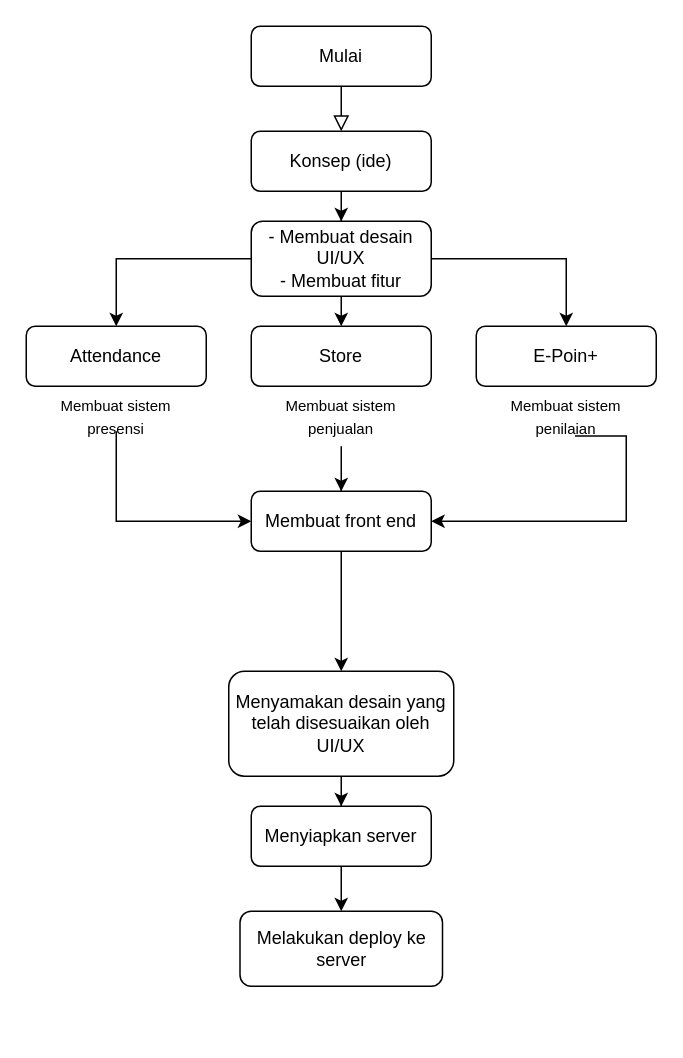
Earlier version of the draw.io diagram Diagram Tahap Developmet ke Production.drawio (Bilnapis/chartschooly). Source tidied: cells renumbered, new cells numbered last; positions are measured from the earlier drawing's top-left corner, leaving out a move shared by most shapes. Both pictures are drawn from the tidied source at 150%, with x=0, y=0 at pixel (26, 26).
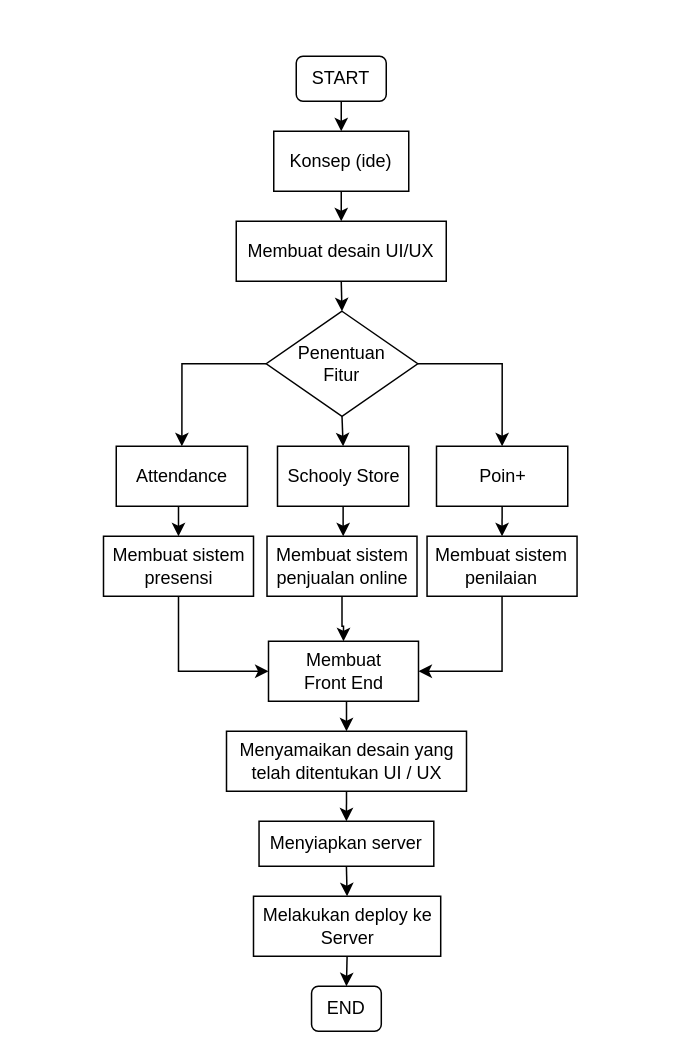
The same diagram, later.

Commit message:
Mengganti bangun ruang

Change to the diagram source:
```diff
@@
-    <mxCell id="2" style="rounded=0;html=1;jettySize=auto;fontSize=11;endArrow=block;endFill=0;endSize=8;strokeWidth=1;shadow=0;labelBackgroundColor=none;edgeStyle=orthogonalEdgeStyle;" parent="1" edge="1" source="3">
-      <mxGeometry relative="1" as="geometry">
-        <mxPoint x="210" y="70" as="targetPoint" />
-        <Array as="points">
-          <mxPoint x="210" y="70" />
-          <mxPoint x="210" y="70" />
-        </Array>
-      </mxGeometry>
-    </mxCell>
+    <mxCell id="26" style="edgeStyle=orthogonalEdgeStyle;rounded=0;jettySize=auto;html=1;exitX=0.5;exitY=1;exitDx=0;exitDy=0;entryX=0.5;entryY=0;entryDx=0;entryDy=0;" parent="1" edge="1" source="3" target="5">
+      <mxGeometry relative="1" as="geometry" />
+    </mxCell>
-    <mxCell id="3" value="Mulai" style="rounded=1;whiteSpace=wrap;html=1;fontSize=12;glass=0;strokeWidth=1;shadow=0;" parent="1" vertex="1">
-      <mxGeometry x="150" width="120" height="40" as="geometry" />
+    <mxCell id="3" value="START" style="rounded=1;whiteSpace=wrap;html=1;fontSize=12;glass=0;strokeWidth=1;shadow=0;" parent="1" vertex="1">
+      <mxGeometry x="180" y="20" width="60" height="30" as="geometry" />
     </mxCell>
-    <mxCell id="4" style="edgeStyle=orthogonalEdgeStyle;rounded=0;jettySize=auto;html=1;entryX=0.5;entryY=0;entryDx=0;entryDy=0;" parent="1" edge="1" source="5" target="9">
-      <mxGeometry relative="1" as="geometry" />
+    <mxCell id="4" style="edgeStyle=orthogonalEdgeStyle;rounded=0;jettySize=auto;html=1;entryX=0.5;entryY=0;entryDx=0;entryDy=0;" parent="1" edge="1" target="28">
+      <mxGeometry relative="1" as="geometry">
+        <mxPoint x="210" y="110" as="sourcePoint" />
+      </mxGeometry>
     </mxCell>
-    <mxCell id="5" value="Konsep (ide)" style="rounded=1;whiteSpace=wrap;html=1;fontSize=12;glass=0;strokeWidth=1;shadow=0;" parent="1" vertex="1">
-      <mxGeometry x="150" y="70" width="120" height="40" as="geometry" />
+    <mxCell id="5" value="Konsep (ide)" style="rounded=0;whiteSpace=wrap;html=1;" parent="1" vertex="1">
+      <mxGeometry x="165" y="70" width="90" height="40" as="geometry" />
     </mxCell>
-    <mxCell id="6" style="edgeStyle=orthogonalEdgeStyle;rounded=0;jettySize=auto;html=1;exitX=0.5;exitY=1;exitDx=0;exitDy=0;entryX=0.5;entryY=0;entryDx=0;entryDy=0;" parent="1" edge="1" source="9" target="10">
-      <mxGeometry relative="1" as="geometry" />
-    </mxCell>
-    <mxCell id="7" style="edgeStyle=orthogonalEdgeStyle;rounded=0;jettySize=auto;html=1;exitX=0;exitY=0.5;exitDx=0;exitDy=0;entryX=0.5;entryY=0;entryDx=0;entryDy=0;" parent="1" edge="1" source="9" target="11">
-      <mxGeometry relative="1" as="geometry" />
-    </mxCell>
-    <mxCell id="8" style="edgeStyle=orthogonalEdgeStyle;rounded=0;jettySize=auto;html=1;exitX=1;exitY=0.5;exitDx=0;exitDy=0;entryX=0.5;entryY=0;entryDx=0;entryDy=0;" parent="1" edge="1" source="9" target="12">
-      <mxGeometry relative="1" as="geometry" />
-    </mxCell>
-    <mxCell id="9" value="- Membuat desain UI/UX&lt;br&gt;- Membuat fitur" style="rounded=1;whiteSpace=wrap;html=1;fontSize=12;glass=0;strokeWidth=1;shadow=0;align=center;" parent="1" vertex="1">
-      <mxGeometry x="150" y="130" width="120" height="50" as="geometry" />
-    </mxCell>
-    <mxCell id="10" value="Store" style="rounded=1;whiteSpace=wrap;html=1;fontSize=12;glass=0;strokeWidth=1;shadow=0;" parent="1" vertex="1">
-      <mxGeometry x="150" y="200" width="120" height="40" as="geometry" />
-    </mxCell>
+    <mxCell id="27" style="edgeStyle=orthogonalEdgeStyle;rounded=0;jettySize=auto;html=1;exitX=0.5;exitY=1;exitDx=0;exitDy=0;entryX=0.5;entryY=0;entryDx=0;entryDy=0;" parent="1" edge="1" source="28" target="41">
+      <mxGeometry relative="1" as="geometry" />
+    </mxCell>
+    <mxCell id="28" value="Membuat desain UI/UX" style="rounded=0;whiteSpace=wrap;html=1;" parent="1" vertex="1">
+      <mxGeometry x="140" y="130" width="140" height="40" as="geometry" />
+    </mxCell>
+    <mxCell id="29" style="edgeStyle=orthogonalEdgeStyle;rounded=0;jettySize=auto;html=1;exitX=0.5;exitY=1;exitDx=0;exitDy=0;entryX=0.5;entryY=0;entryDx=0;entryDy=0;" parent="1" edge="1" source="11" target="14">
+      <mxGeometry relative="1" as="geometry" />
+    </mxCell>
-    <mxCell id="11" value="Attendance" style="rounded=1;whiteSpace=wrap;html=1;fontSize=12;glass=0;strokeWidth=1;shadow=0;" parent="1" vertex="1">
-      <mxGeometry y="200" width="120" height="40" as="geometry" />
+    <mxCell id="11" value="Attendance" style="rounded=0;whiteSpace=wrap;html=1;" parent="1" vertex="1">
+      <mxGeometry x="60" y="280" width="87.5" height="40" as="geometry" />
     </mxCell>
-    <mxCell id="12" value="E-Poin+" style="rounded=1;whiteSpace=wrap;html=1;fontSize=12;glass=0;strokeWidth=1;shadow=0;" parent="1" vertex="1">
-      <mxGeometry x="300" y="200" width="120" height="40" as="geometry" />
-    </mxCell>
-    <mxCell id="13" style="edgeStyle=orthogonalEdgeStyle;rounded=0;jettySize=auto;html=1;entryX=0;entryY=0.5;entryDx=0;entryDy=0;exitX=0.5;exitY=1;exitDx=0;exitDy=0;" parent="1" edge="1" source="14" target="20">
-      <mxGeometry relative="1" as="geometry">
-        <Array as="points">
-          <mxPoint x="60" y="330" />
-        </Array>
-      </mxGeometry>
-    </mxCell>
+    <mxCell id="30" style="edgeStyle=orthogonalEdgeStyle;rounded=0;jettySize=auto;html=1;exitX=0.5;exitY=1;exitDx=0;exitDy=0;" parent="1" edge="1" source="31" target="37">
+      <mxGeometry relative="1" as="geometry" />
+    </mxCell>
+    <mxCell id="31" value="Schooly Store" style="rounded=0;whiteSpace=wrap;html=1;" parent="1" vertex="1">
+      <mxGeometry x="167.5" y="280" width="87.5" height="40" as="geometry" />
+    </mxCell>
+    <mxCell id="32" style="edgeStyle=orthogonalEdgeStyle;rounded=0;jettySize=auto;html=1;exitX=0.5;exitY=1;exitDx=0;exitDy=0;entryX=0.5;entryY=0;entryDx=0;entryDy=0;" parent="1" edge="1" source="33" target="18">
+      <mxGeometry relative="1" as="geometry" />
+    </mxCell>
+    <mxCell id="33" value="Poin+" style="rounded=0;whiteSpace=wrap;html=1;" parent="1" vertex="1">
+      <mxGeometry x="273.5" y="280" width="87.5" height="40" as="geometry" />
+    </mxCell>
+    <mxCell id="34" style="edgeStyle=orthogonalEdgeStyle;rounded=0;jettySize=auto;html=1;exitX=0.5;exitY=1;exitDx=0;exitDy=0;entryX=0;entryY=0.5;entryDx=0;entryDy=0;" parent="1" edge="1" source="14" target="43">
+      <mxGeometry relative="1" as="geometry" />
+    </mxCell>
-    <mxCell id="14" value="&lt;font style=&quot;font-size: 10px&quot;&gt;Membuat sistem presensi&lt;/font&gt;" style="text;html=1;strokeColor=none;fillColor=none;align=center;verticalAlign=middle;whiteSpace=wrap;rounded=0;" parent="1" vertex="1">
-      <mxGeometry x="5" y="250" width="110" height="20" as="geometry" />
+    <mxCell id="14" value="Membuat sistem presensi" style="rounded=0;whiteSpace=wrap;html=1;" parent="1" vertex="1">
+      <mxGeometry x="51.5" y="340" width="100" height="40" as="geometry" />
     </mxCell>
-    <mxCell id="15" style="edgeStyle=orthogonalEdgeStyle;rounded=0;jettySize=auto;html=1;entryX=0.5;entryY=0;entryDx=0;entryDy=0;" parent="1" edge="1" target="20">
-      <mxGeometry relative="1" as="geometry">
-        <mxPoint x="210" y="320" as="sourcePoint" />
-        <Array as="points">
-          <mxPoint x="210" y="280" />
-          <mxPoint x="210" y="280" />
-        </Array>
-      </mxGeometry>
-    </mxCell>
-    <mxCell id="16" value="&lt;font style=&quot;font-size: 10px&quot;&gt;Membuat sistem penjualan&lt;/font&gt;" style="text;html=1;strokeColor=none;fillColor=none;align=center;verticalAlign=middle;whiteSpace=wrap;rounded=0;" parent="1" vertex="1">
-      <mxGeometry x="155" y="250" width="110" height="20" as="geometry" />
-    </mxCell>
-    <mxCell id="17" style="edgeStyle=orthogonalEdgeStyle;rounded=0;jettySize=auto;html=1;entryX=1;entryY=0.5;entryDx=0;entryDy=0;exitX=0.553;exitY=1.159;exitDx=0;exitDy=0;exitPerimeter=0;" parent="1" edge="1" source="18" target="20">
-      <mxGeometry relative="1" as="geometry">
-        <Array as="points">
-          <mxPoint x="400" y="273" />
-          <mxPoint x="400" y="330" />
-        </Array>
-      </mxGeometry>
-    </mxCell>
+    <mxCell id="35" style="edgeStyle=orthogonalEdgeStyle;rounded=0;jettySize=auto;html=1;exitX=0.5;exitY=1;exitDx=0;exitDy=0;entryX=1;entryY=0.5;entryDx=0;entryDy=0;" parent="1" edge="1" source="18" target="43">
+      <mxGeometry relative="1" as="geometry" />
+    </mxCell>
-    <mxCell id="18" value="&lt;font style=&quot;font-size: 10px&quot;&gt;Membuat sistem penilaian&lt;/font&gt;" style="text;html=1;strokeColor=none;fillColor=none;align=center;verticalAlign=middle;whiteSpace=wrap;rounded=0;" parent="1" vertex="1">
-      <mxGeometry x="305" y="250" width="110" height="20" as="geometry" />
+    <mxCell id="18" value="Membuat sistem penilaian" style="rounded=0;whiteSpace=wrap;html=1;" parent="1" vertex="1">
+      <mxGeometry x="267.2" y="340" width="100" height="40" as="geometry" />
     </mxCell>
-    <mxCell id="19" style="edgeStyle=orthogonalEdgeStyle;rounded=0;jettySize=auto;html=1;entryX=0.5;entryY=0;entryDx=0;entryDy=0;" parent="1" edge="1" source="20" target="22">
-      <mxGeometry relative="1" as="geometry" />
-    </mxCell>
-    <mxCell id="20" value="Membuat front end" style="rounded=1;whiteSpace=wrap;html=1;fontSize=12;glass=0;strokeWidth=1;shadow=0;" parent="1" vertex="1">
-      <mxGeometry x="150" y="310" width="120" height="40" as="geometry" />
-    </mxCell>
-    <mxCell id="21" style="edgeStyle=orthogonalEdgeStyle;rounded=0;jettySize=auto;html=1;entryX=0.5;entryY=0;entryDx=0;entryDy=0;" parent="1" edge="1" source="22" target="24">
-      <mxGeometry relative="1" as="geometry" />
-    </mxCell>
-    <mxCell id="22" value="Menyamakan desain yang telah disesuaikan oleh UI/UX" style="rounded=1;whiteSpace=wrap;html=1;fontSize=12;glass=0;strokeWidth=1;shadow=0;" parent="1" vertex="1">
-      <mxGeometry x="135" y="430" width="150" height="70" as="geometry" />
-    </mxCell>
-    <mxCell id="23" style="edgeStyle=orthogonalEdgeStyle;rounded=0;jettySize=auto;html=1;" parent="1" edge="1" source="24" target="25">
-      <mxGeometry relative="1" as="geometry" />
-    </mxCell>
+    <mxCell id="36" style="edgeStyle=orthogonalEdgeStyle;rounded=0;jettySize=auto;html=1;exitX=0.5;exitY=1;exitDx=0;exitDy=0;" parent="1" edge="1" source="37" target="43">
+      <mxGeometry relative="1" as="geometry" />
+    </mxCell>
+    <mxCell id="37" value="Membuat sistem penjualan online" style="rounded=0;whiteSpace=wrap;html=1;" parent="1" vertex="1">
+      <mxGeometry x="160.5" y="340" width="100" height="40" as="geometry" />
+    </mxCell>
+    <mxCell id="38" style="edgeStyle=orthogonalEdgeStyle;rounded=0;jettySize=auto;html=1;exitX=0;exitY=0.5;exitDx=0;exitDy=0;entryX=0.5;entryY=0;entryDx=0;entryDy=0;" parent="1" edge="1" source="41" target="11">
+      <mxGeometry relative="1" as="geometry" />
+    </mxCell>
+    <mxCell id="39" style="edgeStyle=orthogonalEdgeStyle;rounded=0;jettySize=auto;html=1;exitX=0.5;exitY=1;exitDx=0;exitDy=0;entryX=0.5;entryY=0;entryDx=0;entryDy=0;" parent="1" edge="1" source="41" target="31">
+      <mxGeometry relative="1" as="geometry" />
+    </mxCell>
+    <mxCell id="40" style="edgeStyle=orthogonalEdgeStyle;rounded=0;jettySize=auto;html=1;entryX=0.5;entryY=0;entryDx=0;entryDy=0;" parent="1" edge="1" source="41" target="33">
+      <mxGeometry relative="1" as="geometry" />
+    </mxCell>
+    <mxCell id="41" value="&lt;div&gt;Penentuan &lt;br&gt;&lt;/div&gt;&lt;div&gt;Fitur&lt;br&gt;&lt;/div&gt;" style="rhombus;whiteSpace=wrap;html=1;" parent="1" vertex="1">
+      <mxGeometry x="160" y="190" width="101" height="70" as="geometry" />
+    </mxCell>
+    <mxCell id="42" style="edgeStyle=orthogonalEdgeStyle;rounded=0;jettySize=auto;html=1;exitX=0.5;exitY=1;exitDx=0;exitDy=0;entryX=0.5;entryY=0;entryDx=0;entryDy=0;" parent="1" edge="1" source="43" target="45">
+      <mxGeometry relative="1" as="geometry" />
+    </mxCell>
+    <mxCell id="43" value="&lt;div&gt;Membuat &lt;br&gt;&lt;/div&gt;&lt;div&gt;Front End&lt;/div&gt;" style="rounded=0;whiteSpace=wrap;html=1;" parent="1" vertex="1">
+      <mxGeometry x="161.5" y="410" width="100" height="40" as="geometry" />
+    </mxCell>
+    <mxCell id="44" style="edgeStyle=orthogonalEdgeStyle;rounded=0;jettySize=auto;html=1;exitX=0.5;exitY=1;exitDx=0;exitDy=0;entryX=0.5;entryY=0;entryDx=0;entryDy=0;" parent="1" edge="1" source="45" target="24">
+      <mxGeometry relative="1" as="geometry" />
+    </mxCell>
+    <mxCell id="45" value="Menyamaikan desain yang telah ditentukan UI / UX" style="rounded=0;whiteSpace=wrap;html=1;" parent="1" vertex="1">
+      <mxGeometry x="133.5" y="470" width="160" height="40" as="geometry" />
+    </mxCell>
+    <mxCell id="46" style="edgeStyle=orthogonalEdgeStyle;rounded=0;jettySize=auto;html=1;exitX=0.5;exitY=1;exitDx=0;exitDy=0;entryX=0.5;entryY=0;entryDx=0;entryDy=0;" parent="1" edge="1" source="24" target="48">
+      <mxGeometry relative="1" as="geometry" />
+    </mxCell>
-    <mxCell id="24" value="Menyiapkan server" style="rounded=1;whiteSpace=wrap;html=1;fontSize=12;glass=0;strokeWidth=1;shadow=0;" parent="1" vertex="1">
-      <mxGeometry x="150" y="520" width="120" height="40" as="geometry" />
+    <mxCell id="24" value="Menyiapkan server" style="rounded=0;whiteSpace=wrap;html=1;" parent="1" vertex="1">
+      <mxGeometry x="155.2" y="530" width="116.5" height="30" as="geometry" />
     </mxCell>
-    <mxCell id="25" value="Melakukan deploy ke server" style="rounded=1;whiteSpace=wrap;html=1;fontSize=12;glass=0;strokeWidth=1;shadow=0;" parent="1" vertex="1">
-      <mxGeometry x="142.5" y="590" width="135" height="50" as="geometry" />
-    </mxCell>
+    <mxCell id="47" style="edgeStyle=orthogonalEdgeStyle;rounded=0;jettySize=auto;html=1;exitX=0.5;exitY=1;exitDx=0;exitDy=0;entryX=0.5;entryY=0;entryDx=0;entryDy=0;" parent="1" edge="1" source="48" target="49">
+      <mxGeometry relative="1" as="geometry" />
+    </mxCell>
+    <mxCell id="48" value="Melakukan deploy ke Server " style="rounded=0;whiteSpace=wrap;html=1;" parent="1" vertex="1">
+      <mxGeometry x="151.5" y="580" width="124.8" height="40" as="geometry" />
+    </mxCell>
+    <mxCell id="49" value="END" style="rounded=1;whiteSpace=wrap;html=1;fontSize=12;glass=0;strokeWidth=1;shadow=0;" parent="1" vertex="1">
+      <mxGeometry x="190.2" y="640" width="46.5" height="30" as="geometry" />
+    </mxCell>
```
